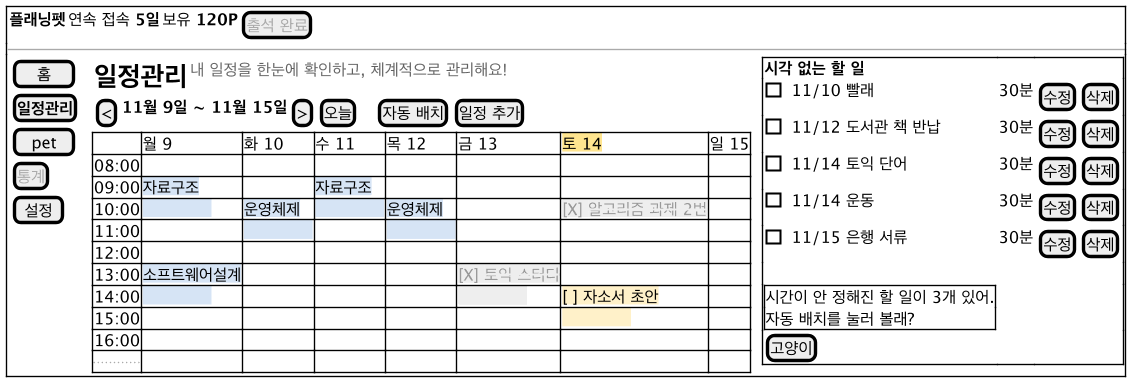
This is docs/diagrams/ui-schedule.png from 2026-2-software-system-design-11/planning-pet-app, a PlantUML export, as it was before one commit.
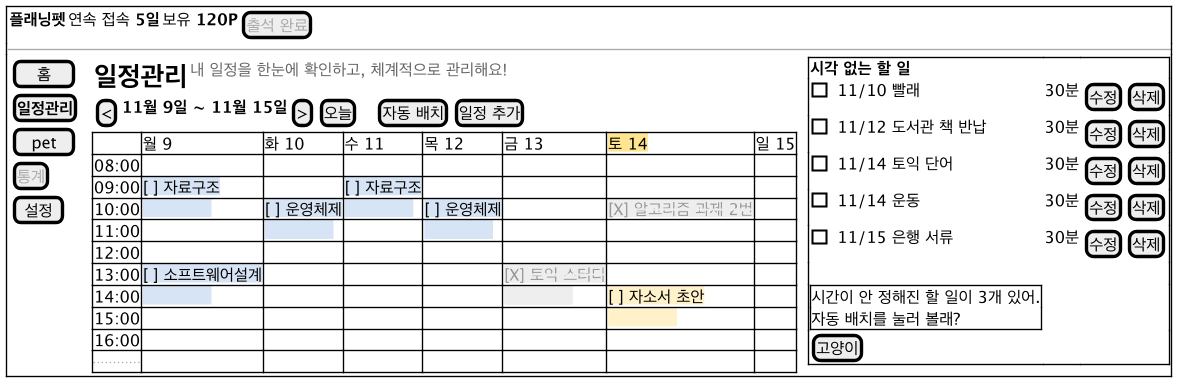
The same diagram one commit later.

Diff of the diagram source:
```diff
@@ -17,11 +17,11 @@
       {#
         .     | 월 9 | 화 10 | 수 11 | 목 12 | 금 13 | <back:#FFE58F>토 14</back> | 일 15
         08:00 | . | . | . | . | . | . | .
-        09:00 | <back:#D6E4F5>자료구조</back> | . | <back:#D6E4F5>자료구조</back> | . | . | . | .
-        10:00 | <back:#D6E4F5>　　　　　</back> | <back:#D6E4F5>운영체제</back> | <back:#D6E4F5>　　　　　</back> | <back:#D6E4F5>운영체제</back> | . | <back:#EEEEEE><color:#999999>[X] <s>알고리즘 과제 2번</s></color></back> | .
+        09:00 | <back:#D6E4F5>[ ] 자료구조</back> | . | <back:#D6E4F5>[ ] 자료구조</back> | . | . | . | .
+        10:00 | <back:#D6E4F5>　　　　　</back> | <back:#D6E4F5>[ ] 운영체제</back> | <back:#D6E4F5>　　　　　</back> | <back:#D6E4F5>[ ] 운영체제</back> | . | <back:#EEEEEE><color:#999999>[X] <s>알고리즘 과제 2번</s></color></back> | .
         11:00 | . | <back:#D6E4F5>　　　　　</back> | . | <back:#D6E4F5>　　　　　</back> | . | . | .
         12:00 | . | . | . | . | . | . | .
-        13:00 | <back:#D6E4F5>소프트웨어설계</back> | . | . | . | <back:#EEEEEE><color:#999999>[X] <s>토익 스터디</s></color></back> | . | .
+        13:00 | <back:#D6E4F5>[ ] 소프트웨어설계</back> | . | . | . | <back:#EEEEEE><color:#999999>[X] <s>토익 스터디</s></color></back> | . | .
         14:00 | <back:#D6E4F5>　　　　　</back> | . | . | . | <back:#EEEEEE>　　　　　</back> | <back:#FFF1C9>[ ] 자소서 초안</back> | .
         15:00 | . | . | . | . | . | <back:#FFF1C9>　　　　　</back> | .
         16:00 | . | . | . | . | . | . | .
```
